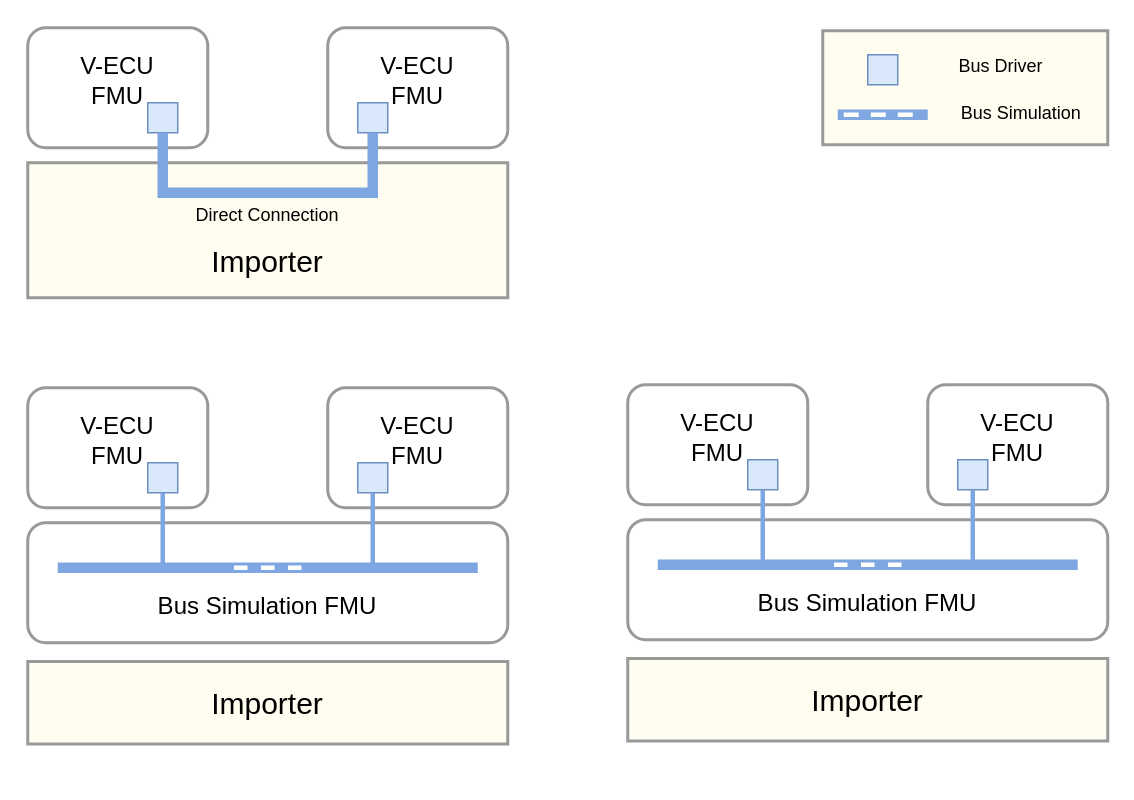
Earlier version of the draw.io diagram docs/images/architecture.drawio (modelica/fmi-ls-bus). Source tidied: cells renumbered, new cells numbered last; positions are measured from the earlier drawing's top-left corner, leaving out a move shared by most shapes. Both pictures are drawn from the tidied source at 150%, with x=0, y=0 at pixel (27, 27).
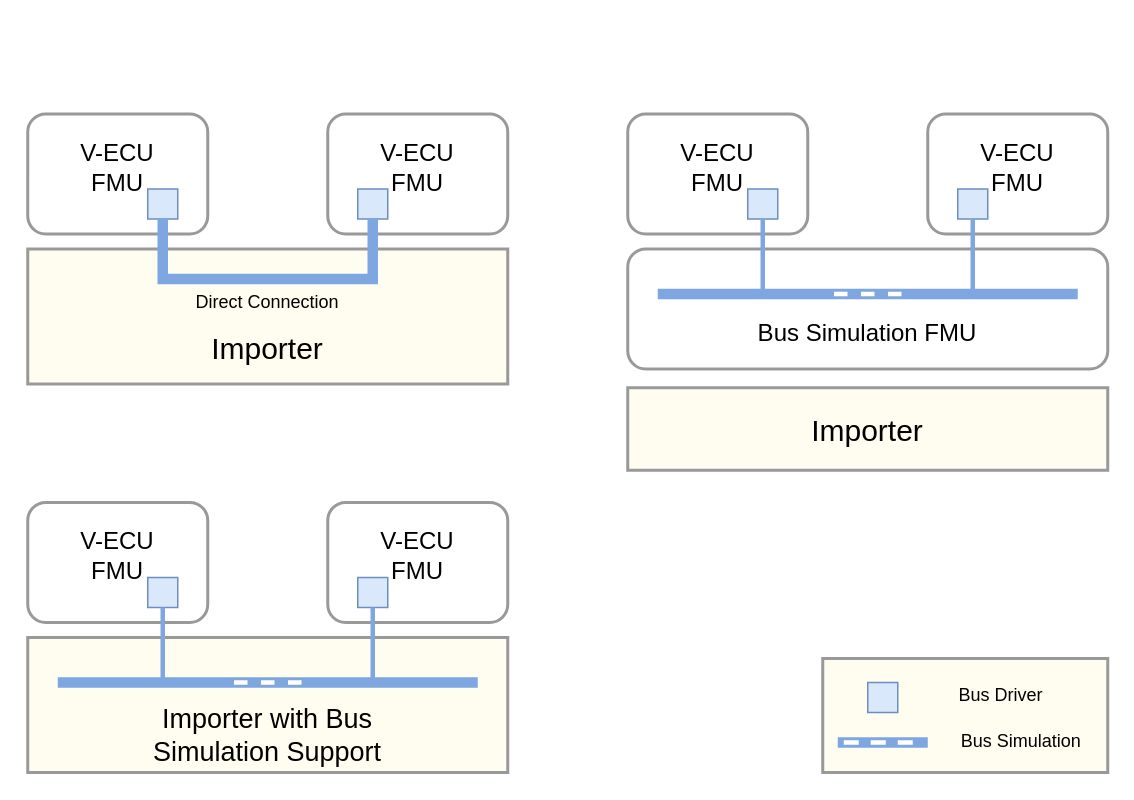
The same page after the edit.

Change to the diagram source:
```diff
@@
     <mxCell id="2" style="rounded=1;whiteSpace=wrap;html=1;strokeColor=#999999;strokeWidth=2;" parent="1" vertex="1">
-      <mxGeometry width="120" height="80" as="geometry" />
+      <mxGeometry y="57.5" width="120" height="80" as="geometry" />
     </mxCell>
     <mxCell id="3" style="rounded=1;whiteSpace=wrap;html=1;strokeColor=#999999;strokeWidth=2;" parent="1" vertex="1">
-      <mxGeometry x="200" width="120" height="80" as="geometry" />
+      <mxGeometry x="200" y="57.5" width="120" height="80" as="geometry" />
     </mxCell>
     <mxCell id="4" style="rounded=0;whiteSpace=wrap;html=1;fillColor=#FFFCF0;strokeWidth=2;perimeterSpacing=0;strokeColor=#999999;" parent="1" vertex="1">
-      <mxGeometry y="90" width="320" height="90" as="geometry" />
+      <mxGeometry y="147.5" width="320" height="90" as="geometry" />
     </mxCell>
     <mxCell id="5" style="rounded=0;whiteSpace=wrap;html=1;fillColor=#dae8fc;strokeColor=#6c8ebf;" parent="1" vertex="1">
-      <mxGeometry x="80" y="50" width="20" height="20" as="geometry" />
+      <mxGeometry x="80" y="107.5" width="20" height="20" as="geometry" />
     </mxCell>
     <mxCell id="6" style="rounded=0;whiteSpace=wrap;html=1;fillColor=#dae8fc;strokeColor=#6c8ebf;" parent="1" vertex="1">
-      <mxGeometry x="220" y="50" width="20" height="20" as="geometry" />
+      <mxGeometry x="220" y="107.5" width="20" height="20" as="geometry" />
     </mxCell>
     <mxCell id="7" value="&lt;font style=&quot;font-size: 20px;&quot;&gt;Importer&lt;/font&gt;" style="text;html=1;strokeColor=none;fillColor=none;align=center;verticalAlign=middle;whiteSpace=wrap;rounded=0;" parent="1" vertex="1">
-      <mxGeometry x="130" y="140" width="60" height="30" as="geometry" />
+      <mxGeometry x="130" y="197.5" width="60" height="30" as="geometry" />
     </mxCell>
     <mxCell id="8" value="&lt;div&gt;Direct Connection&lt;/div&gt;" style="text;html=1;strokeColor=none;fillColor=none;align=center;verticalAlign=middle;whiteSpace=wrap;rounded=0;" parent="1" vertex="1">
-      <mxGeometry x="105" y="110" width="110" height="30" as="geometry" />
+      <mxGeometry x="105" y="167.5" width="110" height="30" as="geometry" />
     </mxCell>
     <mxCell id="9" style="endArrow=none;html=1;fontSize=20;exitX=0.5;exitY=1;exitDx=0;exitDy=0;fillColor=#b1ddf0;strokeColor=#7EA6E0;rounded=0;strokeWidth=7;entryX=0.5;entryY=1;entryDx=0;entryDy=0;" parent="1" edge="1" source="6" target="5">
       <mxGeometry relative="1" as="geometry">
         <Array as="points">
-          <mxPoint x="230" y="110" />
-          <mxPoint x="90" y="110" />
+          <mxPoint x="230" y="167.5" />
+          <mxPoint x="90" y="167.5" />
         </Array>
       </mxGeometry>
     </mxCell>
     <mxCell id="10" value="&lt;div style=&quot;font-size: 16px;&quot;&gt;&lt;font style=&quot;font-size: 16px;&quot;&gt;V-ECU FMU&lt;/font&gt;&lt;/div&gt;" style="text;html=1;strokeColor=none;fillColor=none;align=center;verticalAlign=middle;whiteSpace=wrap;rounded=0;fontSize=20;" parent="1" vertex="1">
-      <mxGeometry x="30" y="20" width="60" height="30" as="geometry" />
+      <mxGeometry x="30" y="77.5" width="60" height="30" as="geometry" />
     </mxCell>
     <mxCell id="11" value="&lt;div style=&quot;font-size: 16px;&quot;&gt;&lt;font style=&quot;font-size: 16px;&quot;&gt;V-ECU FMU&lt;/font&gt;&lt;/div&gt;" style="text;html=1;strokeColor=none;fillColor=none;align=center;verticalAlign=middle;whiteSpace=wrap;rounded=0;fontSize=20;" parent="1" vertex="1">
-      <mxGeometry x="230" y="20" width="60" height="30" as="geometry" />
+      <mxGeometry x="230" y="77.5" width="60" height="30" as="geometry" />
     </mxCell>
     <mxCell id="12" style="rounded=1;whiteSpace=wrap;html=1;strokeColor=#999999;strokeWidth=2;" parent="1" vertex="1">
-      <mxGeometry y="240" width="120" height="80" as="geometry" />
+      <mxGeometry x="400" y="57.5" width="120" height="80" as="geometry" />
     </mxCell>
     <mxCell id="13" style="rounded=1;whiteSpace=wrap;html=1;strokeColor=#999999;strokeWidth=2;" parent="1" vertex="1">
-      <mxGeometry x="200" y="240" width="120" height="80" as="geometry" />
+      <mxGeometry x="600" y="57.5" width="120" height="80" as="geometry" />
     </mxCell>
     <mxCell id="14" style="rounded=0;whiteSpace=wrap;html=1;fillColor=#FFFCF0;strokeWidth=2;perimeterSpacing=0;strokeColor=#999999;" parent="1" vertex="1">
-      <mxGeometry y="422.5" width="320" height="55" as="geometry" />
+      <mxGeometry x="400" y="240" width="320" height="55" as="geometry" />
     </mxCell>
     <mxCell id="15" style="rounded=0;whiteSpace=wrap;html=1;fillColor=#dae8fc;strokeColor=#6c8ebf;" parent="1" vertex="1">
-      <mxGeometry x="80" y="290" width="20" height="20" as="geometry" />
+      <mxGeometry x="480" y="107.5" width="20" height="20" as="geometry" />
     </mxCell>
     <mxCell id="16" style="rounded=0;whiteSpace=wrap;html=1;fillColor=#dae8fc;strokeColor=#6c8ebf;" parent="1" vertex="1">
-      <mxGeometry x="220" y="290" width="20" height="20" as="geometry" />
+      <mxGeometry x="620" y="107.5" width="20" height="20" as="geometry" />
     </mxCell>
     <mxCell id="17" value="&lt;font style=&quot;font-size: 20px;&quot;&gt;Importer&lt;/font&gt;" style="text;html=1;strokeColor=none;fillColor=none;align=center;verticalAlign=middle;whiteSpace=wrap;rounded=0;" parent="1" vertex="1">
-      <mxGeometry x="130" y="435" width="60" height="30" as="geometry" />
+      <mxGeometry x="530" y="252.5" width="60" height="30" as="geometry" />
     </mxCell>
     <mxCell id="18" value="&lt;div style=&quot;font-size: 16px;&quot;&gt;&lt;font style=&quot;font-size: 16px;&quot;&gt;V-ECU FMU&lt;/font&gt;&lt;/div&gt;" style="text;html=1;strokeColor=none;fillColor=none;align=center;verticalAlign=middle;whiteSpace=wrap;rounded=0;fontSize=20;" parent="1" vertex="1">
-      <mxGeometry x="30" y="260" width="60" height="30" as="geometry" />
+      <mxGeometry x="430" y="77.5" width="60" height="30" as="geometry" />
     </mxCell>
     <mxCell id="19" value="&lt;div style=&quot;font-size: 16px;&quot;&gt;&lt;font style=&quot;font-size: 16px;&quot;&gt;V-ECU FMU&lt;/font&gt;&lt;/div&gt;" style="text;html=1;strokeColor=none;fillColor=none;align=center;verticalAlign=middle;whiteSpace=wrap;rounded=0;fontSize=20;" parent="1" vertex="1">
-      <mxGeometry x="230" y="260" width="60" height="30" as="geometry" />
+      <mxGeometry x="630" y="77.5" width="60" height="30" as="geometry" />
     </mxCell>
     <mxCell id="20" style="rounded=1;whiteSpace=wrap;html=1;strokeColor=#999999;strokeWidth=2;" parent="1" vertex="1">
-      <mxGeometry y="330" width="320" height="80" as="geometry" />
+      <mxGeometry x="400" y="147.5" width="320" height="80" as="geometry" />
     </mxCell>
     <mxCell id="21" style="endArrow=none;html=1;fontSize=20;fillColor=#b1ddf0;strokeColor=#7EA6E0;rounded=0;strokeWidth=7;" parent="1" edge="1">
       <mxGeometry relative="1" as="geometry">
-        <mxPoint x="300" y="360" as="sourcePoint" />
-        <mxPoint x="20" y="360" as="targetPoint" />
+        <mxPoint x="700" y="177.5" as="sourcePoint" />
+        <mxPoint x="420" y="177.5" as="targetPoint" />
         <Array as="points">
-          <mxPoint x="250" y="360" />
-          <mxPoint x="70" y="360" />
+          <mxPoint x="650" y="177.5" />
+          <mxPoint x="470" y="177.5" />
         </Array>
       </mxGeometry>
     </mxCell>
     <mxCell id="22" style="endArrow=none;html=1;rounded=0;entryX=0.5;entryY=1;entryDx=0;entryDy=0;strokeWidth=3;strokeColor=#7EA6E0;" parent="1" edge="1" target="15">
       <mxGeometry relative="1" as="geometry">
-        <mxPoint x="90" y="360" as="sourcePoint" />
+        <mxPoint x="490" y="177.5" as="sourcePoint" />
       </mxGeometry>
     </mxCell>
     <mxCell id="23" style="endArrow=none;html=1;rounded=0;entryX=0.5;entryY=1;entryDx=0;entryDy=0;strokeWidth=3;strokeColor=#7EA6E0;" parent="1" edge="1" target="16">
       <mxGeometry relative="1" as="geometry">
-        <mxPoint x="230" y="360" as="sourcePoint" />
+        <mxPoint x="630" y="177.5" as="sourcePoint" />
       </mxGeometry>
     </mxCell>
     <mxCell id="24" value="&lt;font style=&quot;font-size: 16px;&quot;&gt;Bus Simulation FMU&lt;/font&gt;" style="text;html=1;strokeColor=none;fillColor=none;align=center;verticalAlign=middle;whiteSpace=wrap;rounded=0;" parent="1" vertex="1">
-      <mxGeometry x="75" y="370" width="170" height="30" as="geometry" />
+      <mxGeometry x="475" y="187.5" width="170" height="30" as="geometry" />
     </mxCell>
     <mxCell id="25" style="endArrow=none;html=1;rounded=0;strokeColor=#FFFFFF;strokeWidth=3;fontSize=16;dashed=1;" parent="1" edge="1">
       <mxGeometry relative="1" as="geometry">
-        <mxPoint x="137.5" y="360" as="sourcePoint" />
-        <mxPoint x="182.5" y="360" as="targetPoint" />
+        <mxPoint x="537.5" y="177.5" as="sourcePoint" />
+        <mxPoint x="582.5" y="177.5" as="targetPoint" />
       </mxGeometry>
     </mxCell>
-    <mxCell id="26" style="rounded=1;whiteSpace=wrap;html=1;strokeColor=#999999;strokeWidth=2;" parent="1" vertex="1">
-      <mxGeometry x="400" y="238" width="120" height="80" as="geometry" />
-    </mxCell>
-    <mxCell id="27" style="rounded=1;whiteSpace=wrap;html=1;strokeColor=#999999;strokeWidth=2;" parent="1" vertex="1">
-      <mxGeometry x="600" y="238" width="120" height="80" as="geometry" />
-    </mxCell>
-    <mxCell id="28" style="rounded=0;whiteSpace=wrap;html=1;fillColor=#FFFCF0;strokeWidth=2;perimeterSpacing=0;strokeColor=#999999;" parent="1" vertex="1">
-      <mxGeometry x="400" y="420.5" width="320" height="55" as="geometry" />
-    </mxCell>
-    <mxCell id="29" style="rounded=0;whiteSpace=wrap;html=1;fillColor=#dae8fc;strokeColor=#6c8ebf;" parent="1" vertex="1">
-      <mxGeometry x="480" y="288" width="20" height="20" as="geometry" />
-    </mxCell>
-    <mxCell id="30" style="rounded=0;whiteSpace=wrap;html=1;fillColor=#dae8fc;strokeColor=#6c8ebf;" parent="1" vertex="1">
-      <mxGeometry x="620" y="288" width="20" height="20" as="geometry" />
-    </mxCell>
-    <mxCell id="31" value="&lt;font style=&quot;font-size: 20px;&quot;&gt;Importer&lt;/font&gt;" style="text;html=1;strokeColor=none;fillColor=none;align=center;verticalAlign=middle;whiteSpace=wrap;rounded=0;" parent="1" vertex="1">
-      <mxGeometry x="530" y="433" width="60" height="30" as="geometry" />
-    </mxCell>
-    <mxCell id="32" value="&lt;div style=&quot;font-size: 16px;&quot;&gt;&lt;font style=&quot;font-size: 16px;&quot;&gt;V-ECU FMU&lt;/font&gt;&lt;/div&gt;" style="text;html=1;strokeColor=none;fillColor=none;align=center;verticalAlign=middle;whiteSpace=wrap;rounded=0;fontSize=20;" parent="1" vertex="1">
-      <mxGeometry x="430" y="258" width="60" height="30" as="geometry" />
-    </mxCell>
-    <mxCell id="33" value="&lt;div style=&quot;font-size: 16px;&quot;&gt;&lt;font style=&quot;font-size: 16px;&quot;&gt;V-ECU FMU&lt;/font&gt;&lt;/div&gt;" style="text;html=1;strokeColor=none;fillColor=none;align=center;verticalAlign=middle;whiteSpace=wrap;rounded=0;fontSize=20;" parent="1" vertex="1">
-      <mxGeometry x="630" y="258" width="60" height="30" as="geometry" />
-    </mxCell>
-    <mxCell id="34" style="rounded=1;whiteSpace=wrap;html=1;strokeColor=#999999;strokeWidth=2;" parent="1" vertex="1">
-      <mxGeometry x="400" y="328" width="320" height="80" as="geometry" />
-    </mxCell>
-    <mxCell id="35" style="endArrow=none;html=1;fontSize=20;fillColor=#b1ddf0;strokeColor=#7EA6E0;rounded=0;strokeWidth=7;" parent="1" edge="1">
-      <mxGeometry relative="1" as="geometry">
-        <mxPoint x="700" y="358" as="sourcePoint" />
-        <mxPoint x="420" y="358" as="targetPoint" />
-        <Array as="points">
-          <mxPoint x="650" y="358" />
-          <mxPoint x="470" y="358" />
-        </Array>
-      </mxGeometry>
-    </mxCell>
-    <mxCell id="36" style="endArrow=none;html=1;rounded=0;entryX=0.5;entryY=1;entryDx=0;entryDy=0;strokeWidth=3;strokeColor=#7EA6E0;" parent="1" edge="1" target="29">
-      <mxGeometry relative="1" as="geometry">
-        <mxPoint x="490" y="358" as="sourcePoint" />
-      </mxGeometry>
-    </mxCell>
-    <mxCell id="37" style="endArrow=none;html=1;rounded=0;entryX=0.5;entryY=1;entryDx=0;entryDy=0;strokeWidth=3;strokeColor=#7EA6E0;" parent="1" edge="1" target="30">
-      <mxGeometry relative="1" as="geometry">
-        <mxPoint x="630" y="358" as="sourcePoint" />
-      </mxGeometry>
-    </mxCell>
-    <mxCell id="38" value="&lt;font style=&quot;font-size: 16px;&quot;&gt;Bus Simulation FMU&lt;/font&gt;" style="text;html=1;strokeColor=none;fillColor=none;align=center;verticalAlign=middle;whiteSpace=wrap;rounded=0;" parent="1" vertex="1">
-      <mxGeometry x="475" y="368" width="170" height="30" as="geometry" />
-    </mxCell>
-    <mxCell id="39" style="endArrow=none;html=1;rounded=0;strokeColor=#FFFFFF;strokeWidth=3;fontSize=16;dashed=1;" parent="1" edge="1">
-      <mxGeometry relative="1" as="geometry">
-        <mxPoint x="537.5" y="358" as="sourcePoint" />
-        <mxPoint x="582.5" y="358" as="targetPoint" />
-      </mxGeometry>
-    </mxCell>
     <mxCell id="40" style="rounded=0;whiteSpace=wrap;html=1;fillColor=#FFFCF0;strokeWidth=2;perimeterSpacing=0;strokeColor=#999999;" parent="1" vertex="1">
-      <mxGeometry x="530" y="2" width="190" height="76" as="geometry" />
+      <mxGeometry x="530" y="420.5" width="190" height="76" as="geometry" />
     </mxCell>
     <mxCell id="41" style="rounded=0;whiteSpace=wrap;html=1;fillColor=#dae8fc;strokeColor=#6c8ebf;" parent="1" vertex="1">
-      <mxGeometry x="560" y="18" width="20" height="20" as="geometry" />
+      <mxGeometry x="560" y="436.5" width="20" height="20" as="geometry" />
     </mxCell>
     <mxCell id="42" style="endArrow=none;html=1;fontSize=20;fillColor=#b1ddf0;strokeColor=#7EA6E0;rounded=0;strokeWidth=7;" parent="1" edge="1">
       <mxGeometry relative="1" as="geometry">
-        <mxPoint x="600" y="58" as="sourcePoint" />
-        <mxPoint x="540" y="58" as="targetPoint" />
+        <mxPoint x="600" y="476.5" as="sourcePoint" />
+        <mxPoint x="540" y="476.5" as="targetPoint" />
         <Array as="points">
-          <mxPoint x="550" y="58" />
-          <mxPoint x="580" y="58" />
+          <mxPoint x="550" y="476.5" />
+          <mxPoint x="580" y="476.5" />
         </Array>
       </mxGeometry>
     </mxCell>
     <mxCell id="43" style="endArrow=none;html=1;rounded=0;strokeColor=#FFFFFF;strokeWidth=3;fontSize=16;dashed=1;" parent="1" edge="1">
       <mxGeometry relative="1" as="geometry">
-        <mxPoint x="590" y="58" as="sourcePoint" />
-        <mxPoint x="590" y="58" as="targetPoint" />
+        <mxPoint x="590" y="476.5" as="sourcePoint" />
+        <mxPoint x="590" y="476.5" as="targetPoint" />
         <Array as="points">
-          <mxPoint x="540" y="58" />
+          <mxPoint x="540" y="476.5" />
         </Array>
       </mxGeometry>
     </mxCell>
     <mxCell id="44" value="&lt;div&gt;Bus Driver&lt;/div&gt;" style="text;html=1;strokeColor=none;fillColor=none;align=center;verticalAlign=middle;whiteSpace=wrap;rounded=0;" parent="1" vertex="1">
-      <mxGeometry x="614" y="11" width="70" height="30" as="geometry" />
+      <mxGeometry x="614" y="429.5" width="70" height="30" as="geometry" />
     </mxCell>
     <mxCell id="45" value="&lt;div&gt;Bus Simulation&lt;/div&gt;" style="text;html=1;strokeColor=none;fillColor=none;align=center;verticalAlign=middle;whiteSpace=wrap;rounded=0;" parent="1" vertex="1">
-      <mxGeometry x="615" y="42" width="95" height="30" as="geometry" />
+      <mxGeometry x="615" y="460.5" width="95" height="30" as="geometry" />
     </mxCell>
+    <mxCell id="46" style="rounded=1;whiteSpace=wrap;html=1;strokeColor=#999999;strokeWidth=2;" parent="1" vertex="1">
+      <mxGeometry y="316.5" width="120" height="80" as="geometry" />
+    </mxCell>
+    <mxCell id="47" style="rounded=1;whiteSpace=wrap;html=1;strokeColor=#999999;strokeWidth=2;" parent="1" vertex="1">
+      <mxGeometry x="200" y="316.5" width="120" height="80" as="geometry" />
+    </mxCell>
+    <mxCell id="48" style="rounded=0;whiteSpace=wrap;html=1;fillColor=#FFFCF0;strokeWidth=2;perimeterSpacing=0;strokeColor=#999999;" parent="1" vertex="1">
+      <mxGeometry y="406.5" width="320" height="90" as="geometry" />
+    </mxCell>
+    <mxCell id="49" style="rounded=0;whiteSpace=wrap;html=1;fillColor=#dae8fc;strokeColor=#6c8ebf;" parent="1" vertex="1">
+      <mxGeometry x="80" y="366.5" width="20" height="20" as="geometry" />
+    </mxCell>
+    <mxCell id="50" style="rounded=0;whiteSpace=wrap;html=1;fillColor=#dae8fc;strokeColor=#6c8ebf;" parent="1" vertex="1">
+      <mxGeometry x="220" y="366.5" width="20" height="20" as="geometry" />
+    </mxCell>
+    <mxCell id="51" value="&lt;font style=&quot;font-size: 18px;&quot;&gt;Importer&lt;/font&gt;&lt;font style=&quot;font-size: 18px;&quot;&gt; with Bus Simulation Support&lt;/font&gt;" style="text;html=1;strokeColor=none;fillColor=none;align=center;verticalAlign=middle;whiteSpace=wrap;rounded=0;" parent="1" vertex="1">
+      <mxGeometry x="55" y="456.5" width="210" height="30" as="geometry" />
+    </mxCell>
+    <mxCell id="52" value="&lt;div style=&quot;font-size: 16px;&quot;&gt;&lt;font style=&quot;font-size: 16px;&quot;&gt;V-ECU FMU&lt;/font&gt;&lt;/div&gt;" style="text;html=1;strokeColor=none;fillColor=none;align=center;verticalAlign=middle;whiteSpace=wrap;rounded=0;fontSize=20;" parent="1" vertex="1">
+      <mxGeometry x="30" y="336.5" width="60" height="30" as="geometry" />
+    </mxCell>
+    <mxCell id="53" value="&lt;div style=&quot;font-size: 16px;&quot;&gt;&lt;font style=&quot;font-size: 16px;&quot;&gt;V-ECU FMU&lt;/font&gt;&lt;/div&gt;" style="text;html=1;strokeColor=none;fillColor=none;align=center;verticalAlign=middle;whiteSpace=wrap;rounded=0;fontSize=20;" parent="1" vertex="1">
+      <mxGeometry x="230" y="336.5" width="60" height="30" as="geometry" />
+    </mxCell>
+    <mxCell id="54" style="endArrow=none;html=1;fontSize=20;fillColor=#b1ddf0;strokeColor=#7EA6E0;rounded=0;strokeWidth=7;" parent="1" edge="1">
+      <mxGeometry relative="1" as="geometry">
+        <mxPoint x="300" y="436.5" as="sourcePoint" />
+        <mxPoint x="20" y="436.5" as="targetPoint" />
+        <Array as="points">
+          <mxPoint x="250" y="436.5" />
+          <mxPoint x="70" y="436.5" />
+        </Array>
+      </mxGeometry>
+    </mxCell>
+    <mxCell id="55" style="endArrow=none;html=1;rounded=0;entryX=0.5;entryY=1;entryDx=0;entryDy=0;strokeWidth=3;strokeColor=#7EA6E0;" parent="1" edge="1" target="49">
+      <mxGeometry relative="1" as="geometry">
+        <mxPoint x="90" y="436.5" as="sourcePoint" />
+      </mxGeometry>
+    </mxCell>
+    <mxCell id="56" style="endArrow=none;html=1;rounded=0;entryX=0.5;entryY=1;entryDx=0;entryDy=0;strokeWidth=3;strokeColor=#7EA6E0;" parent="1" edge="1" target="50">
+      <mxGeometry relative="1" as="geometry">
+        <mxPoint x="230" y="436.5" as="sourcePoint" />
+      </mxGeometry>
+    </mxCell>
+    <mxCell id="57" style="endArrow=none;html=1;rounded=0;strokeColor=#FFFFFF;strokeWidth=3;fontSize=16;dashed=1;" parent="1" edge="1">
+      <mxGeometry relative="1" as="geometry">
+        <mxPoint x="137.5" y="436.5" as="sourcePoint" />
+        <mxPoint x="182.5" y="436.5" as="targetPoint" />
+      </mxGeometry>
+    </mxCell>
```
